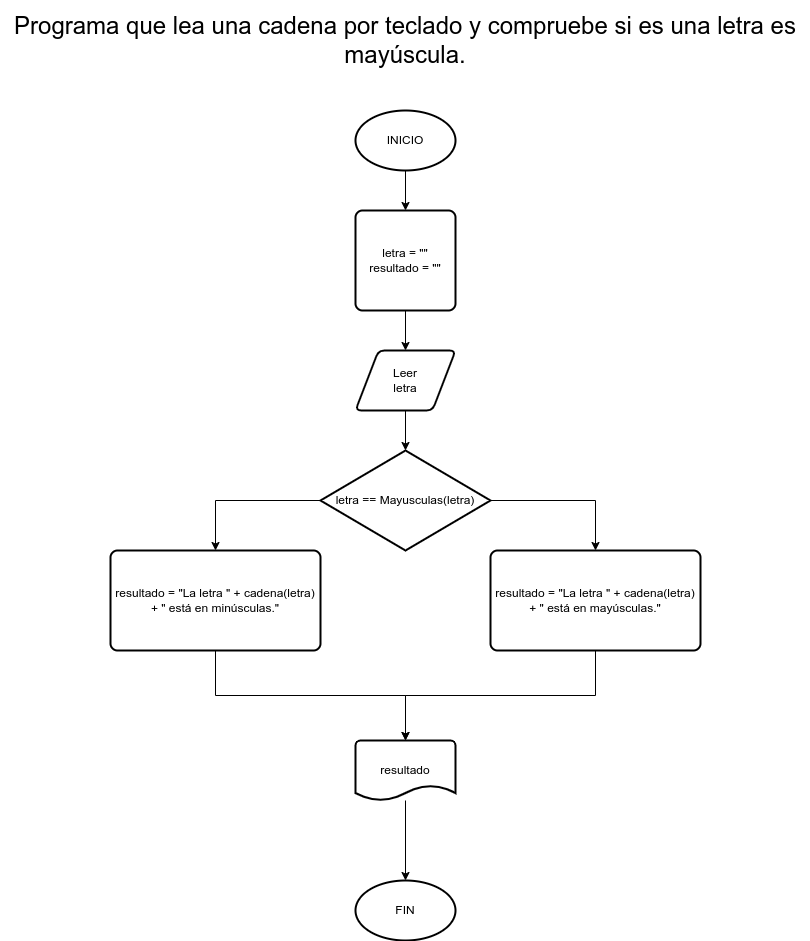
Before: Selectivas/Ejercicio 6/Ejercicio6DFD.png, a diagram exported from draw.io (cardozoaldama/algoritmia-basica). Source tidied: cells renumbered, new cells last; positions are measured from the earlier drawing's top-left corner, leaving out a move shared by most shapes. Source of this version:
```xml
<mxGraphModel>
  <root>
    <mxCell id="0" />
    <mxCell id="1" parent="0" />
    <mxCell id="2" style="group;" parent="1" vertex="1">
      <mxGeometry width="810" height="940" as="geometry" />
    </mxCell>
    <mxCell id="3" value="Programa que lea una cadena por teclado y compruebe si es una letra es mayúscula." style="text;whiteSpace=wrap;align=center;verticalAlign=middle;fontSize=24;" parent="2" vertex="1">
      <mxGeometry width="810" height="80" as="geometry" />
    </mxCell>
    <mxCell id="4" value="INICIO" style="strokeWidth=2;html=1;shape=mxgraph.flowchart.start_1;whiteSpace=wrap;" parent="2" vertex="1">
      <mxGeometry x="355" y="110" width="100" height="60" as="geometry" />
    </mxCell>
    <mxCell id="5" value="letra = &quot;&quot;&lt;br&gt;resultado = &quot;&quot;" style="rounded=1;whiteSpace=wrap;html=1;absoluteArcSize=1;arcSize=14;strokeWidth=2;" parent="2" vertex="1">
      <mxGeometry x="355" y="210" width="100" height="100" as="geometry" />
    </mxCell>
    <mxCell id="6" style="edgeStyle=orthogonalEdgeStyle;rounded=0;jettySize=auto;html=1;" parent="2" edge="1" source="4" target="5">
      <mxGeometry relative="1" as="geometry" />
    </mxCell>
    <mxCell id="7" value="Leer&lt;br&gt;letra" style="shape=parallelogram;html=1;strokeWidth=2;perimeter=parallelogramPerimeter;whiteSpace=wrap;rounded=1;arcSize=12;size=0.23;" parent="2" vertex="1">
      <mxGeometry x="355" y="350" width="100" height="60" as="geometry" />
    </mxCell>
    <mxCell id="8" style="edgeStyle=orthogonalEdgeStyle;rounded=0;jettySize=auto;html=1;" parent="2" edge="1" source="5" target="7">
      <mxGeometry relative="1" as="geometry" />
    </mxCell>
    <mxCell id="9" value="letra == Mayusculas(letra)" style="strokeWidth=2;html=1;shape=mxgraph.flowchart.decision;whiteSpace=wrap;" parent="2" vertex="1">
      <mxGeometry x="320" y="450" width="170" height="100" as="geometry" />
    </mxCell>
    <mxCell id="10" style="edgeStyle=orthogonalEdgeStyle;rounded=0;jettySize=auto;html=1;" parent="2" edge="1" source="7" target="9">
      <mxGeometry relative="1" as="geometry" />
    </mxCell>
    <mxCell id="11" value="resultado = &quot;La letra &quot; + cadena(letra) + &quot; está en mayúsculas.&quot;" style="rounded=1;whiteSpace=wrap;html=1;absoluteArcSize=1;arcSize=14;strokeWidth=2;" parent="2" vertex="1">
      <mxGeometry x="490" y="550" width="210" height="100" as="geometry" />
    </mxCell>
    <mxCell id="12" style="edgeStyle=orthogonalEdgeStyle;rounded=0;jettySize=auto;html=1;exitX=1;exitY=0.5;exitDx=0;exitDy=0;exitPerimeter=0;entryX=0.5;entryY=0;entryDx=0;entryDy=0;" parent="2" edge="1" source="9" target="11">
      <mxGeometry relative="1" as="geometry" />
    </mxCell>
    <mxCell id="13" value="resultado = &quot;La letra &quot; + cadena(letra) + &quot; está en minúsculas.&quot;" style="rounded=1;whiteSpace=wrap;html=1;absoluteArcSize=1;arcSize=14;strokeWidth=2;" parent="2" vertex="1">
      <mxGeometry x="110" y="550" width="210" height="100" as="geometry" />
    </mxCell>
    <mxCell id="14" style="edgeStyle=orthogonalEdgeStyle;rounded=0;jettySize=auto;html=1;exitX=0;exitY=0.5;exitDx=0;exitDy=0;exitPerimeter=0;entryX=0.5;entryY=0;entryDx=0;entryDy=0;" parent="2" edge="1" source="9" target="13">
      <mxGeometry relative="1" as="geometry" />
    </mxCell>
    <mxCell id="15" value="resultado" style="strokeWidth=2;html=1;shape=mxgraph.flowchart.document2;whiteSpace=wrap;size=0.25;" parent="2" vertex="1">
      <mxGeometry x="355" y="740" width="100" height="60" as="geometry" />
    </mxCell>
    <mxCell id="16" style="edgeStyle=orthogonalEdgeStyle;rounded=0;jettySize=auto;html=1;exitX=0.5;exitY=1;exitDx=0;exitDy=0;entryX=0.5;entryY=0;entryDx=0;entryDy=0;entryPerimeter=0;" parent="2" edge="1" source="11" target="15">
      <mxGeometry relative="1" as="geometry" />
    </mxCell>
    <mxCell id="17" style="edgeStyle=orthogonalEdgeStyle;rounded=0;jettySize=auto;html=1;exitX=0.5;exitY=1;exitDx=0;exitDy=0;entryX=0.5;entryY=0;entryDx=0;entryDy=0;entryPerimeter=0;" parent="2" edge="1" source="13" target="15">
      <mxGeometry relative="1" as="geometry" />
    </mxCell>
    <mxCell id="18" value="FIN" style="strokeWidth=2;html=1;shape=mxgraph.flowchart.start_1;whiteSpace=wrap;" parent="2" vertex="1">
      <mxGeometry x="355" y="880" width="100" height="60" as="geometry" />
    </mxCell>
    <mxCell id="19" style="edgeStyle=orthogonalEdgeStyle;rounded=0;jettySize=auto;html=1;" parent="2" edge="1" source="15" target="18">
      <mxGeometry relative="1" as="geometry" />
    </mxCell>
  </root>
</mxGraphModel>
```
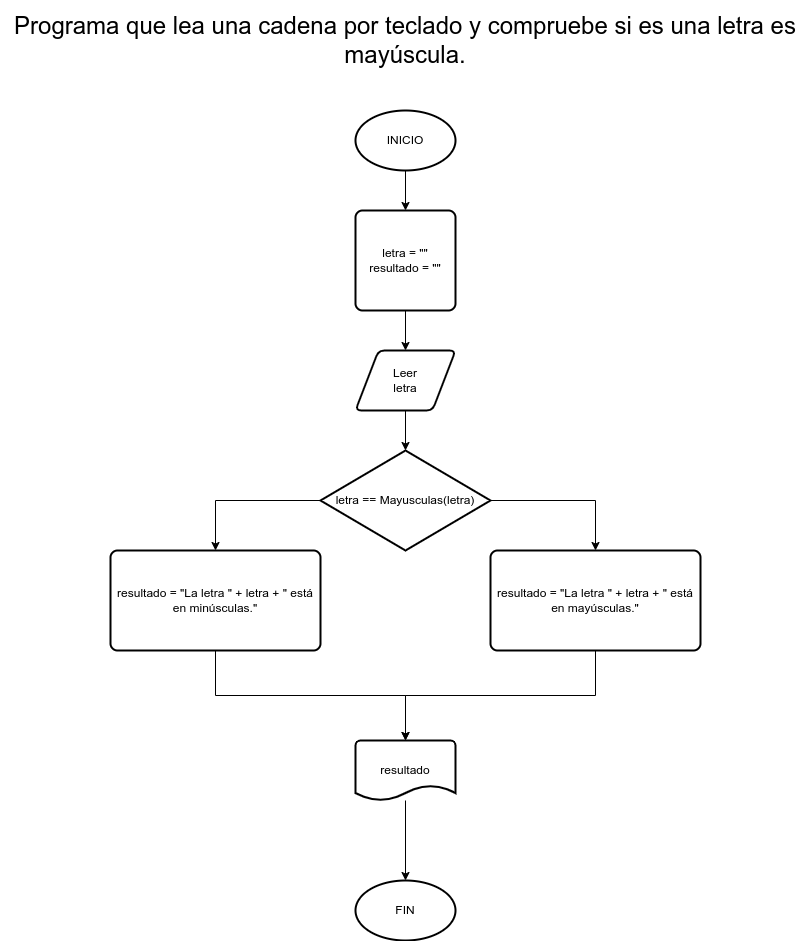
The same diagram one commit later.

Commit message:
Corregido la eliminación de la función cadena() de la documentación y del DFD

Diff of the diagram source:
```diff
@@ -29,13 +29,13 @@
     <mxCell id="10" style="edgeStyle=orthogonalEdgeStyle;rounded=0;jettySize=auto;html=1;" parent="2" edge="1" source="7" target="9">
       <mxGeometry relative="1" as="geometry" />
     </mxCell>
-    <mxCell id="11" value="resultado = &quot;La letra &quot; + cadena(letra) + &quot; está en mayúsculas.&quot;" style="rounded=1;whiteSpace=wrap;html=1;absoluteArcSize=1;arcSize=14;strokeWidth=2;" parent="2" vertex="1">
+    <mxCell id="11" value="resultado = &quot;La letra &quot; + letra + &quot; está en mayúsculas.&quot;" style="rounded=1;whiteSpace=wrap;html=1;absoluteArcSize=1;arcSize=14;strokeWidth=2;" parent="2" vertex="1">
       <mxGeometry x="490" y="550" width="210" height="100" as="geometry" />
     </mxCell>
     <mxCell id="12" style="edgeStyle=orthogonalEdgeStyle;rounded=0;jettySize=auto;html=1;exitX=1;exitY=0.5;exitDx=0;exitDy=0;exitPerimeter=0;entryX=0.5;entryY=0;entryDx=0;entryDy=0;" parent="2" edge="1" source="9" target="11">
       <mxGeometry relative="1" as="geometry" />
     </mxCell>
-    <mxCell id="13" value="resultado = &quot;La letra &quot; + cadena(letra) + &quot; está en minúsculas.&quot;" style="rounded=1;whiteSpace=wrap;html=1;absoluteArcSize=1;arcSize=14;strokeWidth=2;" parent="2" vertex="1">
+    <mxCell id="13" value="resultado = &quot;La letra &quot; + letra + &quot; está en minúsculas.&quot;" style="rounded=1;whiteSpace=wrap;html=1;absoluteArcSize=1;arcSize=14;strokeWidth=2;" parent="2" vertex="1">
       <mxGeometry x="110" y="550" width="210" height="100" as="geometry" />
     </mxCell>
     <mxCell id="14" style="edgeStyle=orthogonalEdgeStyle;rounded=0;jettySize=auto;html=1;exitX=0;exitY=0.5;exitDx=0;exitDy=0;exitPerimeter=0;entryX=0.5;entryY=0;entryDx=0;entryDy=0;" parent="2" edge="1" source="9" target="13">
```
